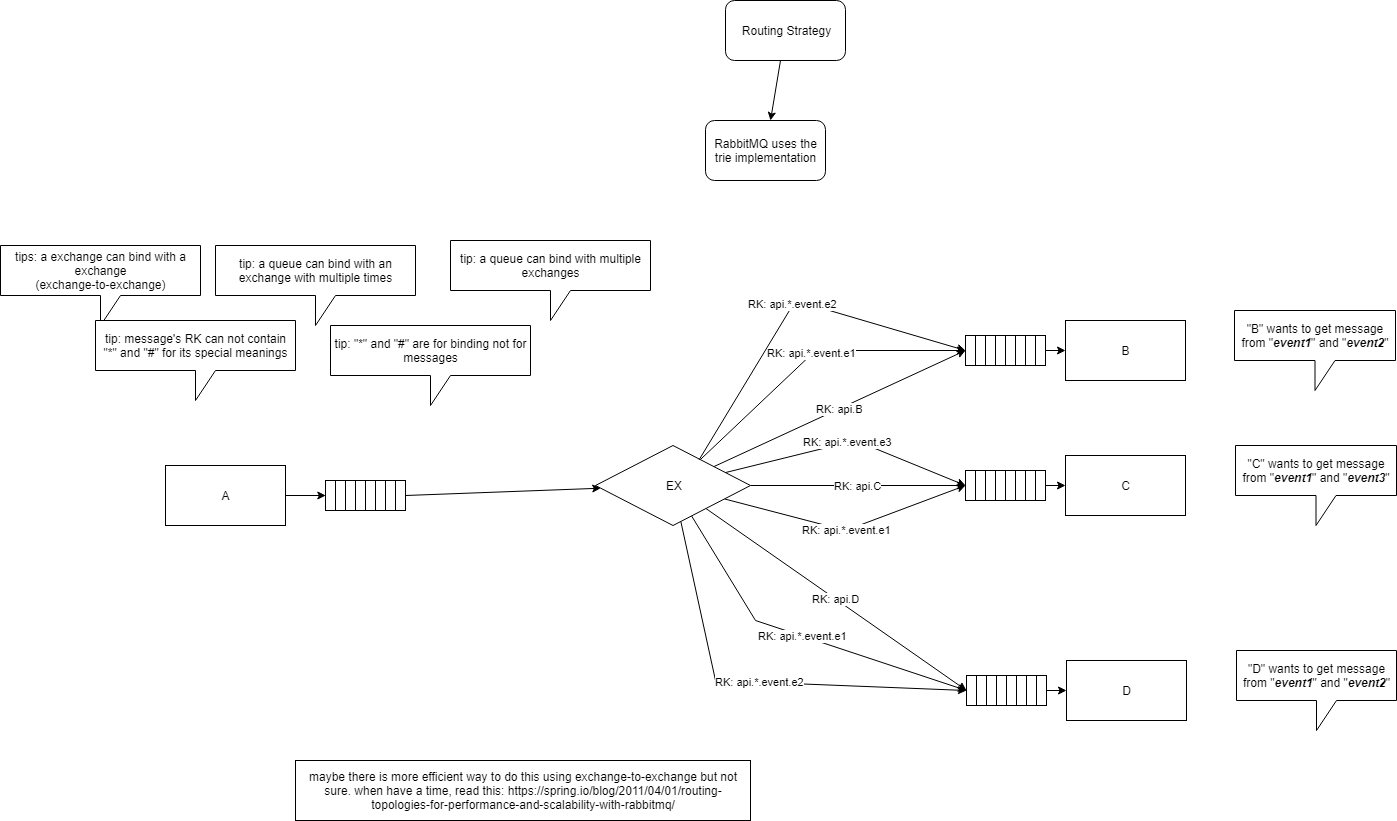
Before: RabbitMQ_Routing_Strategy.PNG, a diagram exported from draw.io (stsiwo/ddd_concept). Source tidied: cells renumbered, new cells last; positions are measured from the earlier drawing's top-left corner, leaving out a move shared by most shapes.
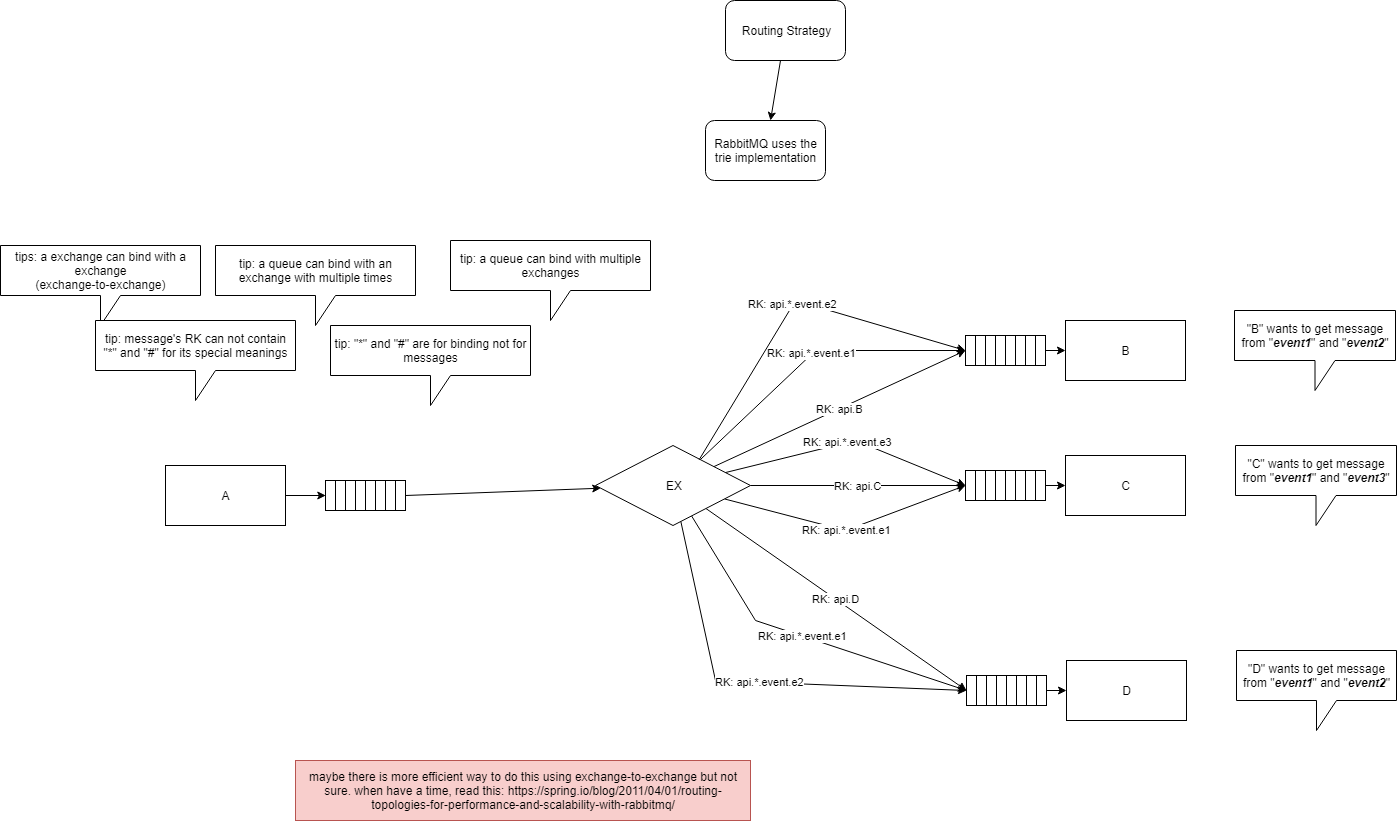
The same file after the commit.

Diff of the diagram source:
```diff
@@ -234,7 +234,7 @@
         </Array>
       </mxGeometry>
     </mxCell>
-    <mxCell id="71" value="maybe there is more efficient way to do this using exchange-to-exchange but not sure. when have a time, read this:&amp;nbsp;&lt;a href=&quot;https://spring.io/blog/2011/04/01/routing-topologies-for-performance-and-scalability-with-rabbitmq/&quot;&gt;https://spring.io/blog/2011/04/01/routing-topologies-for-performance-and-scalability-with-rabbitmq/&lt;/a&gt;" style="rounded=0;whiteSpace=wrap;html=1;" parent="1" vertex="1">
+    <mxCell id="71" value="maybe there is more efficient way to do this using exchange-to-exchange but not sure. when have a time, read this:&amp;nbsp;&lt;a href=&quot;https://spring.io/blog/2011/04/01/routing-topologies-for-performance-and-scalability-with-rabbitmq/&quot;&gt;https://spring.io/blog/2011/04/01/routing-topologies-for-performance-and-scalability-with-rabbitmq/&lt;/a&gt;" style="rounded=0;whiteSpace=wrap;html=1;fillColor=#f8cecc;strokeColor=#b85450;" parent="1" vertex="1">
       <mxGeometry x="295" y="760" width="455" height="60" as="geometry" />
     </mxCell>
   </root>
```
